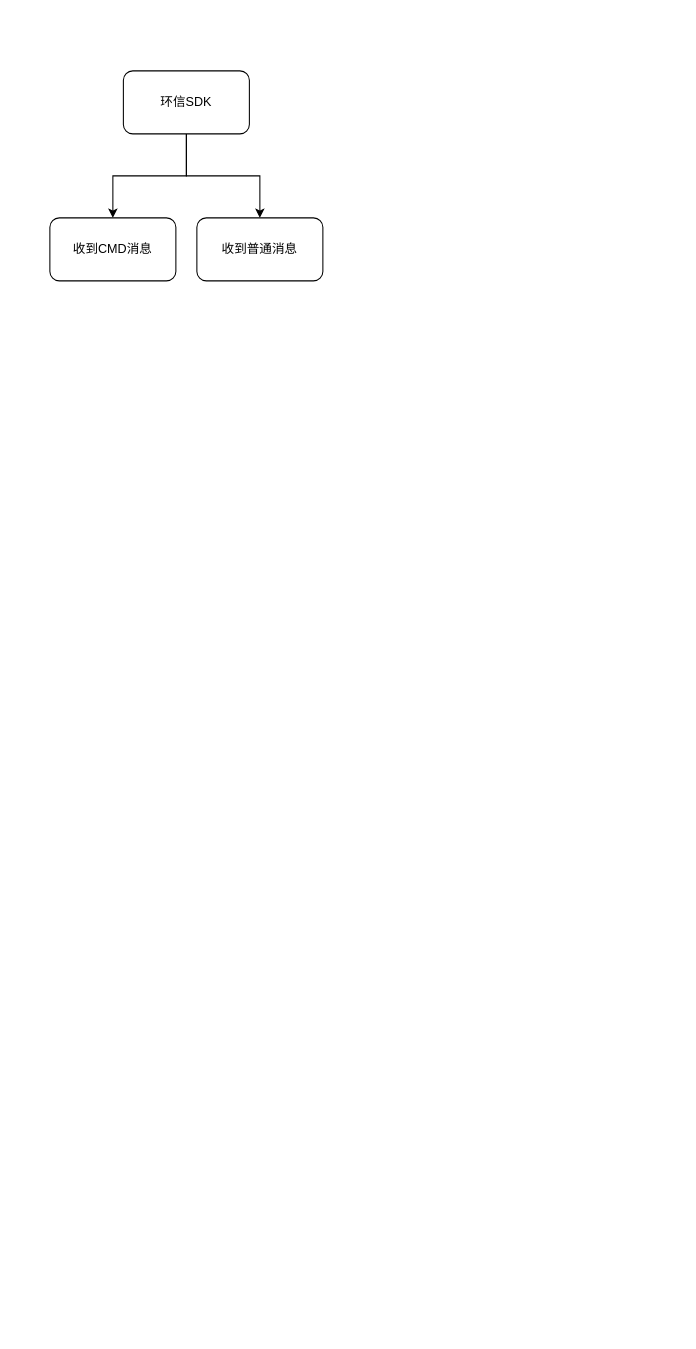
Above: 蜜趣收消息流程图.drawio in ZengSir/drawio (draw.io), before the change. Source tidied: cells renumbered, new cells numbered last; positions are measured from the earlier drawing's top-left corner, leaving out a move shared by most shapes. Both pictures are drawn from the tidied source at 105%, with x=0, y=0 at pixel (49, 70).
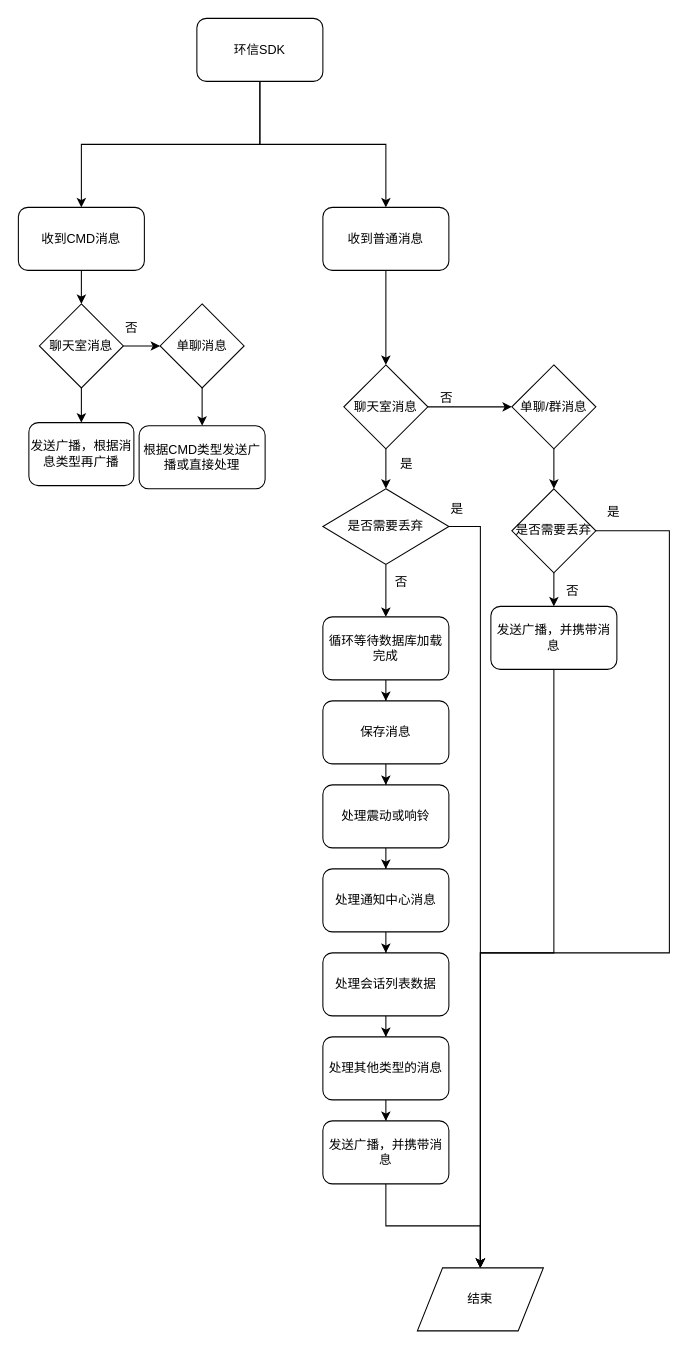
Above is the later version.

Commit message:
更新蜜趣收消息流程图.drawio

Diff of the diagram source:
```diff
@@
     <mxCell id="3" style="edgeStyle=orthogonalEdgeStyle;rounded=0;jettySize=auto;html=1;" parent="1" edge="1" source="4" target="5">
-      <mxGeometry relative="1" as="geometry" />
+      <mxGeometry relative="1" as="geometry">
+        <Array as="points">
+          <mxPoint x="200" y="70" />
+          <mxPoint x="30" y="70" />
+        </Array>
+      </mxGeometry>
     </mxCell>
     <mxCell id="4" value="环信SDK" style="rounded=1;whiteSpace=wrap;html=1;" parent="1" vertex="1">
-      <mxGeometry x="70" width="120" height="60" as="geometry" />
+      <mxGeometry x="140" y="-50" width="120" height="60" as="geometry" />
     </mxCell>
+    <mxCell id="7" style="edgeStyle=orthogonalEdgeStyle;rounded=0;jettySize=auto;html=1;entryX=0.5;entryY=0;entryDx=0;entryDy=0;" parent="1" edge="1" source="5" target="45">
+      <mxGeometry relative="1" as="geometry" />
+    </mxCell>
     <mxCell id="5" value="收到CMD消息" style="rounded=1;whiteSpace=wrap;html=1;" parent="1" vertex="1">
-      <mxGeometry y="140" width="120" height="60" as="geometry" />
+      <mxGeometry x="-30" y="130" width="120" height="60" as="geometry" />
     </mxCell>
+    <mxCell id="8" style="edgeStyle=orthogonalEdgeStyle;rounded=0;jettySize=auto;html=1;entryX=0.5;entryY=0;entryDx=0;entryDy=0;" parent="1" edge="1" source="6" target="11">
+      <mxGeometry relative="1" as="geometry" />
+    </mxCell>
     <mxCell id="6" value="收到普通消息" style="rounded=1;whiteSpace=wrap;html=1;" parent="1" vertex="1">
-      <mxGeometry x="140" y="140" width="120" height="60" as="geometry" />
+      <mxGeometry x="260" y="130" width="120" height="60" as="geometry" />
     </mxCell>
+    <mxCell id="9" style="edgeStyle=orthogonalEdgeStyle;rounded=0;jettySize=auto;html=1;" parent="1" edge="1" source="11" target="13">
+      <mxGeometry relative="1" as="geometry" />
+    </mxCell>
+    <mxCell id="10" style="edgeStyle=orthogonalEdgeStyle;rounded=0;jettySize=auto;html=1;exitX=0.5;exitY=1;exitDx=0;exitDy=0;entryX=0.5;entryY=0;entryDx=0;entryDy=0;" parent="1" edge="1" source="11" target="24">
+      <mxGeometry relative="1" as="geometry" />
+    </mxCell>
+    <mxCell id="11" value="聊天室消息" style="rhombus;whiteSpace=wrap;html=1;" parent="1" vertex="1">
+      <mxGeometry x="280" y="280" width="80" height="80" as="geometry" />
+    </mxCell>
+    <mxCell id="12" style="edgeStyle=orthogonalEdgeStyle;rounded=0;jettySize=auto;html=1;exitX=0.5;exitY=1;exitDx=0;exitDy=0;entryX=0.5;entryY=0;entryDx=0;entryDy=0;" parent="1" edge="1" source="13" target="16">
+      <mxGeometry relative="1" as="geometry" />
+    </mxCell>
+    <mxCell id="13" value="单聊/群消息" style="rhombus;whiteSpace=wrap;html=1;" parent="1" vertex="1">
+      <mxGeometry x="440" y="280" width="80" height="80" as="geometry" />
+    </mxCell>
+    <mxCell id="14" style="edgeStyle=orthogonalEdgeStyle;rounded=0;jettySize=auto;html=1;entryX=0.5;entryY=0;entryDx=0;entryDy=0;" parent="1" edge="1" source="16" target="21">
+      <mxGeometry relative="1" as="geometry" />
+    </mxCell>
+    <mxCell id="15" style="edgeStyle=orthogonalEdgeStyle;rounded=0;jettySize=auto;html=1;exitX=1;exitY=0.5;exitDx=0;exitDy=0;entryX=0.5;entryY=0;entryDx=0;entryDy=0;" parent="1" edge="1" source="16" target="18">
+      <mxGeometry relative="1" as="geometry">
+        <Array as="points">
+          <mxPoint x="590" y="438" />
+          <mxPoint x="590" y="840" />
+          <mxPoint x="410" y="840" />
+        </Array>
+      </mxGeometry>
+    </mxCell>
+    <mxCell id="16" value="是否需要丢弃" style="rhombus;whiteSpace=wrap;html=1;" parent="1" vertex="1">
+      <mxGeometry x="440" y="398" width="80" height="80" as="geometry" />
+    </mxCell>
+    <mxCell id="17" value="是" style="text;html=1;align=left;verticalAlign=top;spacingTop=-4;" parent="1" vertex="1">
+      <mxGeometry x="529" y="410" width="30" height="20" as="geometry" />
+    </mxCell>
+    <mxCell id="18" value="结束" style="shape=parallelogram;perimeter=parallelogramPerimeter;whiteSpace=wrap;html=1;" parent="1" vertex="1">
+      <mxGeometry x="350" y="1140" width="120" height="60" as="geometry" />
+    </mxCell>
+    <mxCell id="19" value="否" style="text;html=1;align=left;verticalAlign=top;spacingTop=-4;" parent="1" vertex="1">
+      <mxGeometry x="490" y="486" width="30" height="20" as="geometry" />
+    </mxCell>
+    <mxCell id="20" style="edgeStyle=orthogonalEdgeStyle;rounded=0;jettySize=auto;html=1;exitX=0.5;exitY=1;exitDx=0;exitDy=0;entryX=0.5;entryY=0;entryDx=0;entryDy=0;" parent="1" edge="1" source="21" target="18">
+      <mxGeometry relative="1" as="geometry">
+        <Array as="points">
+          <mxPoint x="480" y="840" />
+          <mxPoint x="410" y="840" />
+        </Array>
+      </mxGeometry>
+    </mxCell>
+    <mxCell id="21" value="发送广播，并携带消息" style="rounded=1;whiteSpace=wrap;html=1;" parent="1" vertex="1">
+      <mxGeometry x="420" y="510" width="120" height="60" as="geometry" />
+    </mxCell>
+    <mxCell id="22" style="edgeStyle=orthogonalEdgeStyle;rounded=0;jettySize=auto;html=1;entryX=0.5;entryY=0;entryDx=0;entryDy=0;" parent="1" edge="1" source="24" target="27">
+      <mxGeometry relative="1" as="geometry" />
+    </mxCell>
+    <mxCell id="23" style="edgeStyle=orthogonalEdgeStyle;rounded=0;jettySize=auto;html=1;exitX=1;exitY=0.5;exitDx=0;exitDy=0;entryX=0.5;entryY=0;entryDx=0;entryDy=0;" parent="1" edge="1" source="24" target="18">
+      <mxGeometry relative="1" as="geometry" />
+    </mxCell>
+    <mxCell id="24" value="是否需要丢弃" style="rhombus;whiteSpace=wrap;html=1;" parent="1" vertex="1">
+      <mxGeometry x="260" y="398" width="120" height="72" as="geometry" />
+    </mxCell>
+    <mxCell id="25" value="是" style="text;html=1;align=left;verticalAlign=top;spacingTop=-4;" parent="1" vertex="1">
+      <mxGeometry x="380" y="408" width="30" height="20" as="geometry" />
+    </mxCell>
+    <mxCell id="26" style="edgeStyle=orthogonalEdgeStyle;rounded=0;jettySize=auto;html=1;" parent="1" edge="1" source="27" target="29">
+      <mxGeometry relative="1" as="geometry" />
+    </mxCell>
+    <mxCell id="27" value="循环等待数据库加载完成" style="rounded=1;whiteSpace=wrap;html=1;" parent="1" vertex="1">
+      <mxGeometry x="260" y="520" width="120" height="60" as="geometry" />
+    </mxCell>
+    <mxCell id="28" style="edgeStyle=orthogonalEdgeStyle;rounded=0;jettySize=auto;html=1;" parent="1" edge="1" source="29" target="31">
+      <mxGeometry relative="1" as="geometry" />
+    </mxCell>
+    <mxCell id="29" value="保存消息" style="rounded=1;whiteSpace=wrap;html=1;" parent="1" vertex="1">
+      <mxGeometry x="260" y="600" width="120" height="60" as="geometry" />
+    </mxCell>
+    <mxCell id="30" style="edgeStyle=orthogonalEdgeStyle;rounded=0;jettySize=auto;html=1;" parent="1" edge="1" source="31" target="33">
+      <mxGeometry relative="1" as="geometry" />
+    </mxCell>
+    <mxCell id="31" value="处理震动或响铃" style="rounded=1;whiteSpace=wrap;html=1;" parent="1" vertex="1">
+      <mxGeometry x="260" y="680" width="120" height="60" as="geometry" />
+    </mxCell>
+    <mxCell id="32" style="edgeStyle=orthogonalEdgeStyle;rounded=0;jettySize=auto;html=1;" parent="1" edge="1" source="33" target="35">
+      <mxGeometry relative="1" as="geometry" />
+    </mxCell>
+    <mxCell id="33" value="处理通知中心消息" style="rounded=1;whiteSpace=wrap;html=1;" parent="1" vertex="1">
+      <mxGeometry x="260" y="760" width="120" height="60" as="geometry" />
+    </mxCell>
+    <mxCell id="34" style="edgeStyle=orthogonalEdgeStyle;rounded=0;jettySize=auto;html=1;" parent="1" edge="1" source="35" target="37">
+      <mxGeometry relative="1" as="geometry" />
+    </mxCell>
+    <mxCell id="35" value="处理会话列表数据" style="rounded=1;whiteSpace=wrap;html=1;" parent="1" vertex="1">
+      <mxGeometry x="260" y="840" width="120" height="60" as="geometry" />
+    </mxCell>
+    <mxCell id="36" style="edgeStyle=orthogonalEdgeStyle;rounded=0;jettySize=auto;html=1;" parent="1" edge="1" source="37" target="39">
+      <mxGeometry relative="1" as="geometry" />
+    </mxCell>
+    <mxCell id="37" value="处理其他类型的消息" style="rounded=1;whiteSpace=wrap;html=1;" parent="1" vertex="1">
+      <mxGeometry x="260" y="920" width="120" height="60" as="geometry" />
+    </mxCell>
+    <mxCell id="38" style="edgeStyle=orthogonalEdgeStyle;rounded=0;jettySize=auto;html=1;exitX=0.5;exitY=1;exitDx=0;exitDy=0;entryX=0.5;entryY=0;entryDx=0;entryDy=0;" parent="1" edge="1" source="39" target="18">
+      <mxGeometry relative="1" as="geometry" />
+    </mxCell>
+    <mxCell id="39" value="发送广播，并携带消息" style="rounded=1;whiteSpace=wrap;html=1;" parent="1" vertex="1">
+      <mxGeometry x="260" y="1000" width="120" height="60" as="geometry" />
+    </mxCell>
+    <mxCell id="40" value="否" style="text;html=1;align=left;verticalAlign=top;spacingTop=-4;" parent="1" vertex="1">
+      <mxGeometry x="370" y="302" width="30" height="20" as="geometry" />
+    </mxCell>
+    <mxCell id="41" value="是" style="text;html=1;align=left;verticalAlign=top;spacingTop=-4;" parent="1" vertex="1">
+      <mxGeometry x="332" y="365" width="30" height="20" as="geometry" />
+    </mxCell>
+    <mxCell id="42" value="否" style="text;html=1;align=left;verticalAlign=top;spacingTop=-4;" parent="1" vertex="1">
+      <mxGeometry x="327" y="477" width="30" height="20" as="geometry" />
+    </mxCell>
+    <mxCell id="43" style="edgeStyle=orthogonalEdgeStyle;rounded=0;jettySize=auto;html=1;" parent="1" edge="1" source="45" target="46">
+      <mxGeometry relative="1" as="geometry" />
+    </mxCell>
+    <mxCell id="44" style="edgeStyle=orthogonalEdgeStyle;rounded=0;jettySize=auto;html=1;entryX=0.5;entryY=0;entryDx=0;entryDy=0;" parent="1" edge="1" source="45" target="50">
+      <mxGeometry relative="1" as="geometry" />
+    </mxCell>
+    <mxCell id="45" value="聊天室消息" style="rhombus;whiteSpace=wrap;html=1;" parent="1" vertex="1">
+      <mxGeometry x="-10" y="222" width="80" height="80" as="geometry" />
+    </mxCell>
+    <mxCell id="46" value="单聊消息" style="rhombus;whiteSpace=wrap;html=1;" parent="1" vertex="1">
+      <mxGeometry x="105" y="222" width="80" height="80" as="geometry" />
+    </mxCell>
+    <mxCell id="47" value="否" style="text;html=1;align=left;verticalAlign=top;spacingTop=-4;" parent="1" vertex="1">
+      <mxGeometry x="70" y="235" width="30" height="20" as="geometry" />
+    </mxCell>
+    <mxCell id="48" value="根据CMD类型发送广播或直接处理" style="rounded=1;whiteSpace=wrap;html=1;" parent="1" vertex="1">
+      <mxGeometry x="85" y="338" width="120" height="60" as="geometry" />
+    </mxCell>
+    <mxCell id="49" style="edgeStyle=orthogonalEdgeStyle;rounded=0;jettySize=auto;html=1;" parent="1" edge="1" source="46" target="48">
+      <mxGeometry relative="1" as="geometry" />
+    </mxCell>
+    <mxCell id="50" value="发送广播，根据消息类型再广播" style="rounded=1;whiteSpace=wrap;html=1;" parent="1" vertex="1">
+      <mxGeometry x="-20" y="335" width="100" height="60" as="geometry" />
+    </mxCell>
```
